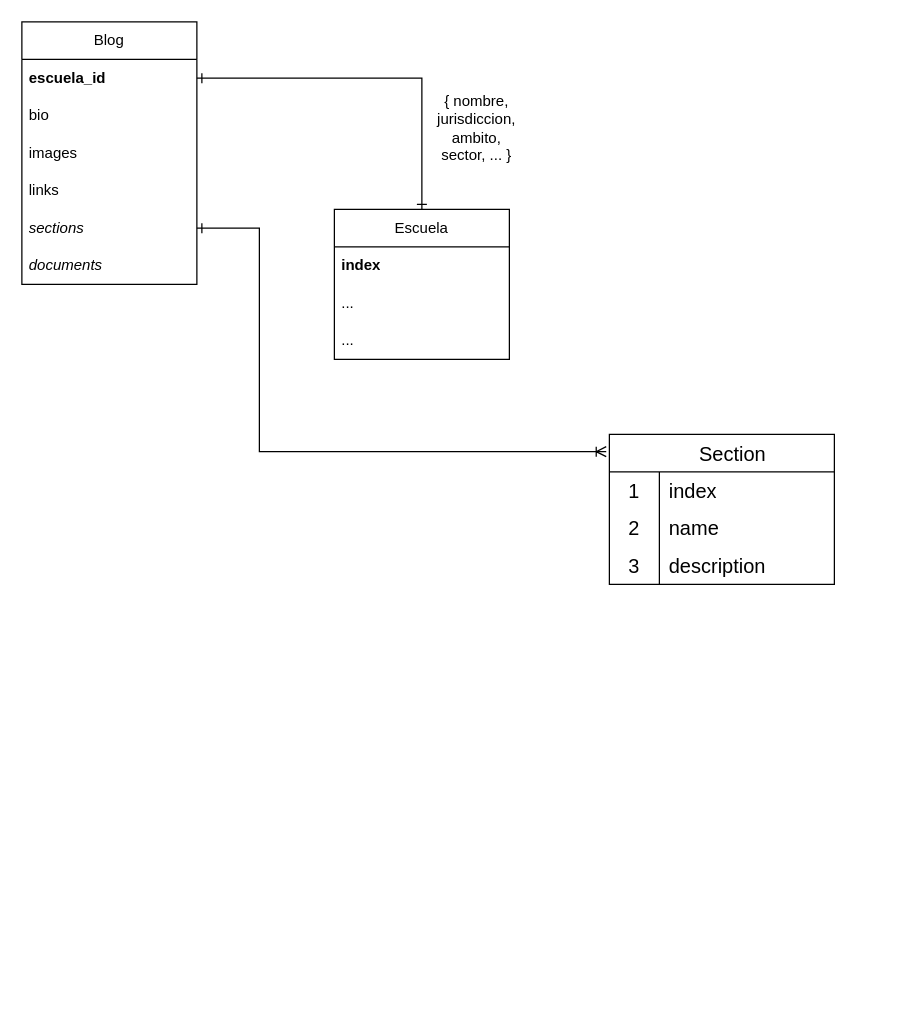
Above: Untitled Diagram.drawio in Joagz/flowcharts (draw.io), before the change. Source tidied: cells renumbered, new cells numbered last; positions are measured from the earlier drawing's top-left corner, leaving out a move shared by most shapes. Both pictures are drawn from the tidied source at 125%, with x=0, y=0 at pixel (21, 21).
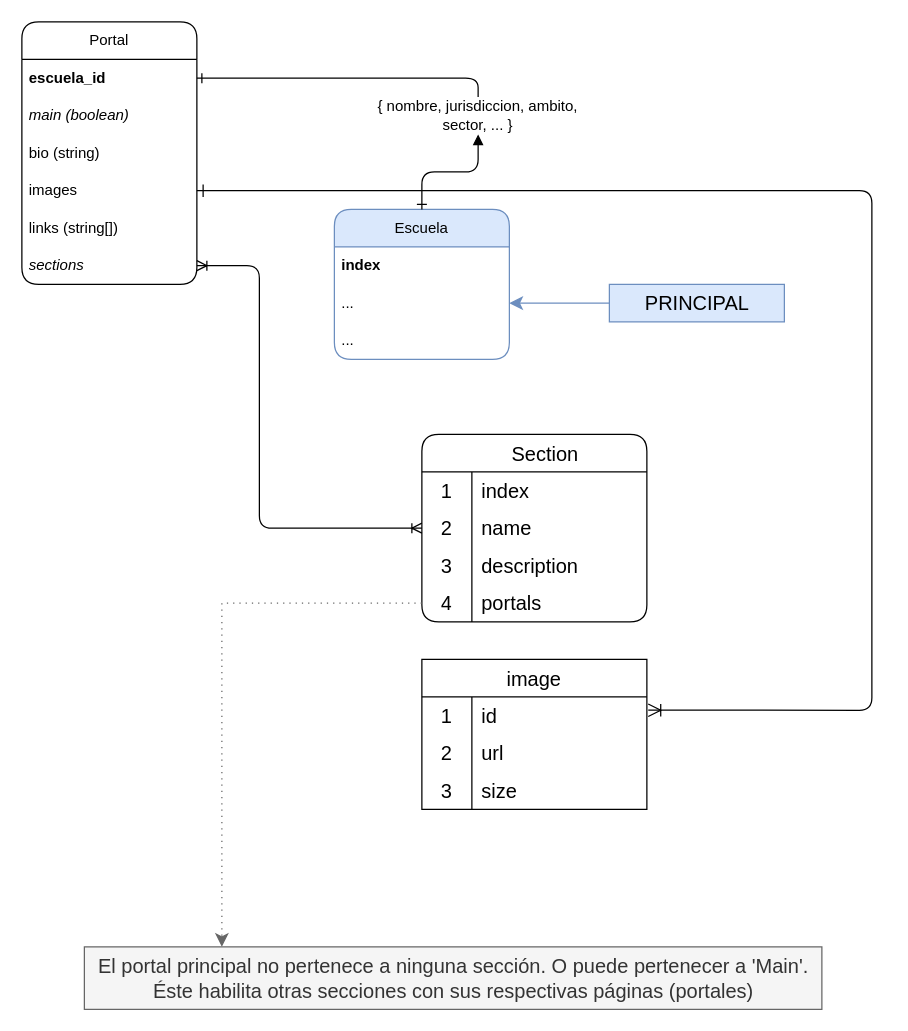
The same page after the edit.

The change refers to these unchanged cells:
```xml
<mxCell id="3" value="&lt;div&gt;escuela_id&lt;/div&gt;" style="text;strokeColor=none;fillColor=none;align=left;verticalAlign=middle;spacingLeft=4;spacingRight=4;overflow=hidden;points=[[0,0.5],[1,0.5]];portConstraint=eastwest;whiteSpace=wrap;html=1;fontStyle=1;" parent="2" vertex="1">
  <mxGeometry y="30" width="140" height="30" as="geometry" />
</mxCell>
<mxCell id="11" value="..." style="text;strokeColor=none;fillColor=none;align=left;verticalAlign=middle;spacingLeft=4;spacingRight=4;overflow=hidden;points=[[0,0.5],[1,0.5]];portConstraint=eastwest;whiteSpace=wrap;html=1;" parent="9" vertex="1">
  <mxGeometry y="60" width="140" height="30" as="geometry" />
</mxCell>
<mxCell id="19" style="shape=tableRow;horizontal=0;startSize=0;swimlaneHead=0;swimlaneBody=0;top=0;left=0;bottom=0;right=0;fillColor=none;points=[[0,0.5],[1,0.5]];portConstraint=eastwest;strokeColor=inherit;fontSize=16;" parent="15" vertex="1">
  <mxGeometry y="60" width="180" height="30" as="geometry" />
</mxCell>
```

What changed in the source:
```diff
@@
-    <mxCell id="2" value="&lt;div&gt;Blog&lt;/div&gt;" style="swimlane;fontStyle=0;horizontal=1;startSize=30;whiteSpace=wrap;html=1;" parent="1" vertex="1">
+    <mxCell id="2" value="&lt;div&gt;Portal&lt;/div&gt;" style="swimlane;fontStyle=0;horizontal=1;startSize=30;whiteSpace=wrap;html=1;swimlaneLine=1;glass=0;rounded=1;shadow=0;" parent="1" vertex="1">
       <mxGeometry width="140" height="210" as="geometry" />
     </mxCell>
@@
+    <mxCell id="26" value="main (boolean)" style="text;strokeColor=none;fillColor=none;align=left;verticalAlign=middle;spacingLeft=4;spacingRight=4;overflow=hidden;whiteSpace=wrap;html=1;fontStyle=2;" parent="2" vertex="1">
+      <mxGeometry y="60" width="140" height="30" as="geometry" />
+    </mxCell>
-    <mxCell id="4" value="bio&lt;span style=&quot;white-space: pre;&quot;&gt;&#9;&lt;/span&gt;" style="text;strokeColor=none;fillColor=none;align=left;verticalAlign=middle;spacingLeft=4;spacingRight=4;overflow=hidden;whiteSpace=wrap;html=1;" parent="2" vertex="1">
-      <mxGeometry y="60" width="140" height="30" as="geometry" />
+    <mxCell id="4" value="bio (string)" style="text;strokeColor=none;fillColor=none;align=left;verticalAlign=middle;spacingLeft=4;spacingRight=4;overflow=hidden;whiteSpace=wrap;html=1;" parent="2" vertex="1">
+      <mxGeometry y="90" width="140" height="30" as="geometry" />
     </mxCell>
-    <mxCell id="5" value="&lt;div&gt;images&lt;/div&gt;" style="text;strokeColor=none;fillColor=none;align=left;verticalAlign=middle;spacingLeft=4;spacingRight=4;overflow=hidden;points=[[0,0.5],[1,0.5]];portConstraint=eastwest;whiteSpace=wrap;html=1;" parent="2" vertex="1">
-      <mxGeometry y="90" width="140" height="30" as="geometry" />
+    <mxCell id="5" value="&lt;div&gt;images&lt;/div&gt;" style="text;strokeColor=none;fillColor=none;align=left;verticalAlign=middle;spacingLeft=4;spacingRight=4;overflow=hidden;points=[[0,0.5],[1,0.5]];portConstraint=eastwest;whiteSpace=wrap;html=1;rounded=0;glass=0;shadow=0;" parent="2" vertex="1">
+      <mxGeometry y="120" width="140" height="30" as="geometry" />
     </mxCell>
-    <mxCell id="6" value="links" style="text;strokeColor=none;fillColor=none;align=left;verticalAlign=middle;spacingLeft=4;spacingRight=4;overflow=hidden;whiteSpace=wrap;html=1;" parent="2" vertex="1">
-      <mxGeometry y="120" width="140" height="30" as="geometry" />
+    <mxCell id="6" value="links (string[])" style="text;strokeColor=none;fillColor=none;align=left;verticalAlign=middle;spacingLeft=4;spacingRight=4;overflow=hidden;whiteSpace=wrap;html=1;" parent="2" vertex="1">
+      <mxGeometry y="150" width="140" height="30" as="geometry" />
     </mxCell>
     <mxCell id="7" value="sections" style="text;strokeColor=none;fillColor=none;align=left;verticalAlign=middle;spacingLeft=4;spacingRight=4;overflow=hidden;points=[[0,0.5],[1,0.5]];portConstraint=eastwest;whiteSpace=wrap;html=1;fontStyle=2;" parent="2" vertex="1">
-      <mxGeometry y="150" width="140" height="30" as="geometry" />
+      <mxGeometry y="180" width="140" height="30" as="geometry" />
     </mxCell>
-    <mxCell id="8" value="&lt;div&gt;documents&lt;/div&gt;" style="text;strokeColor=none;fillColor=none;align=left;verticalAlign=middle;spacingLeft=4;spacingRight=4;overflow=hidden;whiteSpace=wrap;html=1;fontStyle=2;" parent="2" vertex="1">
-      <mxGeometry y="180" width="140" height="30" as="geometry" />
-    </mxCell>
-    <mxCell id="9" value="Escuela" style="swimlane;fontStyle=0;horizontal=1;startSize=30;whiteSpace=wrap;html=1;" parent="1" vertex="1">
+    <mxCell id="9" value="Escuela" style="swimlane;fontStyle=0;horizontal=1;startSize=30;whiteSpace=wrap;html=1;rounded=1;fillColor=#dae8fc;strokeColor=#6c8ebf;" parent="1" vertex="1">
       <mxGeometry x="250" y="150" width="140" height="120" as="geometry" />
     </mxCell>
@@
-    <mxCell id="13" style="edgeStyle=orthogonalEdgeStyle;rounded=0;jettySize=auto;html=1;entryX=0.5;entryY=0;entryDx=0;entryDy=0;endArrow=ERone;endFill=0;startArrow=ERone;startFill=0;" parent="1" edge="1" source="3" target="9">
+    <mxCell id="13" style="edgeStyle=orthogonalEdgeStyle;rounded=1;jettySize=auto;html=1;entryX=0.5;entryY=0;entryDx=0;entryDy=0;endArrow=ERone;endFill=0;startArrow=block;startFill=1;curved=0;" parent="1" edge="1" source="14" target="9">
       <mxGeometry relative="1" as="geometry" />
     </mxCell>
-    <mxCell id="14" value="&lt;div&gt;{ nombre, jurisdiccion, ambito, sector, ... }&lt;br&gt;&lt;/div&gt;" style="text;html=1;strokeColor=none;fillColor=none;align=center;verticalAlign=middle;whiteSpace=wrap;rounded=0;" parent="1" vertex="1">
-      <mxGeometry x="334" y="70" width="60" height="30" as="geometry" />
-    </mxCell>
+    <mxCell id="25" style="edgeStyle=orthogonalEdgeStyle;rounded=1;jettySize=auto;html=1;exitX=1;exitY=0.5;exitDx=0;exitDy=0;endArrow=ERoneToMany;endFill=0;startArrow=ERoneToMany;startFill=0;entryX=0;entryY=0.5;entryDx=0;entryDy=0;curved=0;" parent="1" edge="1" source="7" target="19">
+      <mxGeometry relative="1" as="geometry">
+        <Array as="points">
+          <mxPoint x="190" y="195" />
+          <mxPoint x="190" y="405" />
+        </Array>
+      </mxGeometry>
+    </mxCell>
-    <mxCell id="15" value="    Section" style="shape=table;startSize=30;childLayout=tableLayout;rowLines=0;fontStyle=0;strokeColor=default;fontSize=16;" parent="1" vertex="1">
-      <mxGeometry x="470" y="330" width="180" height="120" as="geometry" />
+    <mxCell id="15" value="    Section" style="shape=table;startSize=30;childLayout=tableLayout;rowLines=0;fontStyle=0;strokeColor=default;fontSize=16;rounded=1;" parent="1" vertex="1">
+      <mxGeometry x="320" y="330" width="180" height="150" as="geometry" />
     </mxCell>
@@
-    <mxCell id="25" style="edgeStyle=orthogonalEdgeStyle;rounded=0;jettySize=auto;html=1;exitX=1;exitY=0.5;exitDx=0;exitDy=0;endArrow=ERoneToMany;endFill=0;startArrow=ERone;startFill=0;entryX=-0.014;entryY=0.115;entryDx=0;entryDy=0;entryPerimeter=0;" parent="1" edge="1" source="7" target="15">
-      <mxGeometry relative="1" as="geometry">
-        <Array as="points">
-          <mxPoint x="190" y="165" />
-          <mxPoint x="190" y="344" />
-        </Array>
-      </mxGeometry>
-    </mxCell>
+    <mxCell id="27" style="shape=tableRow;horizontal=0;startSize=0;swimlaneHead=0;swimlaneBody=0;top=0;left=0;bottom=0;right=0;fillColor=none;points=[[0,0.5],[1,0.5]];portConstraint=eastwest;strokeColor=inherit;fontSize=16;" parent="15" vertex="1">
+      <mxGeometry y="120" width="180" height="30" as="geometry" />
+    </mxCell>
+    <mxCell id="28" value="4" style="shape=partialRectangle;html=1;whiteSpace=wrap;fillColor=none;top=0;left=0;bottom=0;right=0;overflow=hidden;strokeColor=inherit;fontSize=16;" parent="27" vertex="1">
+      <mxGeometry width="40" height="30" as="geometry" />
+    </mxCell>
+    <mxCell id="29" value="portals" style="shape=partialRectangle;html=1;whiteSpace=wrap;fillColor=none;top=0;left=0;bottom=0;right=0;align=left;spacingLeft=6;overflow=hidden;strokeColor=inherit;fontSize=16;" parent="27" vertex="1">
+      <mxGeometry x="40" width="140" height="30" as="geometry" />
+    </mxCell>
+    <mxCell id="30" value="image" style="shape=table;startSize=30;childLayout=tableLayout;rowLines=0;fontStyle=0;strokeColor=default;fontSize=16;" parent="1" vertex="1">
+      <mxGeometry x="320" y="510" width="180" height="120" as="geometry" />
+    </mxCell>
+    <mxCell id="31" style="shape=tableRow;horizontal=0;startSize=0;swimlaneHead=0;swimlaneBody=0;top=0;left=0;bottom=0;right=0;fillColor=none;points=[[0,0.5],[1,0.5]];portConstraint=eastwest;strokeColor=inherit;fontSize=16;" parent="30" vertex="1">
+      <mxGeometry y="30" width="180" height="30" as="geometry" />
+    </mxCell>
+    <mxCell id="32" value="1" style="shape=partialRectangle;html=1;whiteSpace=wrap;fillColor=none;top=0;left=0;bottom=0;right=0;overflow=hidden;strokeColor=inherit;fontSize=16;" parent="31" vertex="1">
+      <mxGeometry width="40" height="30" as="geometry" />
+    </mxCell>
+    <mxCell id="33" value="id" style="shape=partialRectangle;html=1;whiteSpace=wrap;fillColor=none;top=0;left=0;bottom=0;right=0;align=left;spacingLeft=6;overflow=hidden;strokeColor=inherit;fontSize=16;" parent="31" vertex="1">
+      <mxGeometry x="40" width="140" height="30" as="geometry" />
+    </mxCell>
+    <mxCell id="34" style="shape=tableRow;horizontal=0;startSize=0;swimlaneHead=0;swimlaneBody=0;top=0;left=0;bottom=0;right=0;fillColor=none;strokeColor=inherit;fontSize=16;" parent="30" vertex="1">
+      <mxGeometry y="60" width="180" height="30" as="geometry" />
+    </mxCell>
+    <mxCell id="35" value="2" style="shape=partialRectangle;html=1;whiteSpace=wrap;fillColor=none;top=0;left=0;bottom=0;right=0;overflow=hidden;strokeColor=inherit;fontSize=16;" parent="34" vertex="1">
+      <mxGeometry width="40" height="30" as="geometry" />
+    </mxCell>
+    <mxCell id="36" value="url" style="shape=partialRectangle;html=1;whiteSpace=wrap;fillColor=none;top=0;left=0;bottom=0;right=0;align=left;spacingLeft=6;overflow=hidden;strokeColor=inherit;fontSize=16;" parent="34" vertex="1">
+      <mxGeometry x="40" width="140" height="30" as="geometry" />
+    </mxCell>
+    <mxCell id="37" style="shape=tableRow;horizontal=0;startSize=0;swimlaneHead=0;swimlaneBody=0;top=0;left=0;bottom=0;right=0;fillColor=none;strokeColor=inherit;fontSize=16;" parent="30" vertex="1">
+      <mxGeometry y="90" width="180" height="30" as="geometry" />
+    </mxCell>
+    <mxCell id="38" value="3" style="shape=partialRectangle;html=1;whiteSpace=wrap;fillColor=none;top=0;left=0;bottom=0;right=0;overflow=hidden;strokeColor=inherit;fontSize=16;" parent="37" vertex="1">
+      <mxGeometry width="40" height="30" as="geometry" />
+    </mxCell>
+    <mxCell id="39" value="size" style="shape=partialRectangle;html=1;whiteSpace=wrap;fillColor=none;top=0;left=0;bottom=0;right=0;align=left;spacingLeft=6;overflow=hidden;strokeColor=inherit;fontSize=16;" parent="37" vertex="1">
+      <mxGeometry x="40" width="140" height="30" as="geometry" />
+    </mxCell>
+    <mxCell id="40" value="&lt;div&gt;&lt;br&gt;&lt;/div&gt;&lt;div&gt;&lt;br&gt;&lt;/div&gt;" style="edgeStyle=orthogonalEdgeStyle;rounded=1;jettySize=auto;html=1;exitX=1;exitY=0.5;exitDx=0;exitDy=0;entryX=1.006;entryY=0.355;entryDx=0;entryDy=0;fontSize=12;startSize=8;endSize=8;entryPerimeter=0;startArrow=ERone;startFill=0;endArrow=ERoneToMany;endFill=0;" parent="1" edge="1" source="5" target="31">
+      <mxGeometry relative="1" as="geometry">
+        <Array as="points">
+          <mxPoint x="680" y="135" />
+          <mxPoint x="680" y="550" />
+          <mxPoint x="501" y="550" />
+        </Array>
+      </mxGeometry>
+    </mxCell>
+    <mxCell id="41" style="edgeStyle=orthogonalEdgeStyle;rounded=1;jettySize=auto;html=1;entryX=0.5;entryY=0;entryDx=0;entryDy=0;endArrow=none;endFill=0;startArrow=ERone;startFill=0;curved=0;" parent="1" edge="1" source="3" target="14">
+      <mxGeometry relative="1" as="geometry">
+        <Array as="points">
+          <mxPoint x="365" y="45" />
+        </Array>
+      </mxGeometry>
+    </mxCell>
+    <mxCell id="14" value="&lt;div&gt;{ nombre, jurisdiccion, ambito, sector, ... }&lt;br&gt;&lt;/div&gt;" style="text;html=1;strokeColor=none;fillColor=none;align=center;verticalAlign=middle;whiteSpace=wrap;rounded=0;" parent="1" vertex="1">
+      <mxGeometry x="280" y="60" width="170" height="30" as="geometry" />
+    </mxCell>
+    <mxCell id="42" value="PRINCIPAL" style="text;html=1;align=center;verticalAlign=middle;points=[];strokeColor=#6c8ebf;fillColor=#dae8fc;fontSize=16;" parent="1" vertex="1">
+      <mxGeometry x="470" y="210" width="140" height="30" as="geometry" />
+    </mxCell>
+    <mxCell id="43" style="edgeStyle=none;curved=1;rounded=0;jettySize=auto;html=1;exitX=1;exitY=0.5;exitDx=0;exitDy=0;fontSize=12;startSize=8;endSize=8;startArrow=classic;startFill=1;endArrow=none;endFill=0;fillColor=#dae8fc;strokeColor=#6c8ebf;" parent="1" edge="1" source="11" target="42">
+      <mxGeometry relative="1" as="geometry" />
+    </mxCell>
+    <mxCell id="44" style="edgeStyle=elbowEdgeStyle;rounded=0;jettySize=auto;html=1;exitX=0;exitY=0.5;exitDx=0;exitDy=0;fontSize=12;startSize=8;endSize=8;fillColor=#f5f5f5;strokeColor=#666666;dashed=1;dashPattern=1 4;" parent="1" edge="1" source="27" target="45">
+      <mxGeometry relative="1" as="geometry">
+        <Array as="points">
+          <mxPoint x="160" y="610" />
+        </Array>
+      </mxGeometry>
+    </mxCell>
+    <mxCell id="45" value="&lt;div&gt;El portal principal no pertenece a ninguna sección. O puede pertenecer a 'Main'.&lt;/div&gt;&lt;div&gt;Éste habilita otras secciones con sus respectivas páginas (portales)&lt;br&gt;&lt;/div&gt;" style="text;html=1;align=center;verticalAlign=middle;points=[];strokeColor=#666666;fillColor=#f5f5f5;fontSize=16;fontColor=#333333;" parent="1" vertex="1">
+      <mxGeometry x="50" y="740" width="590" height="50" as="geometry" />
+    </mxCell>
```
